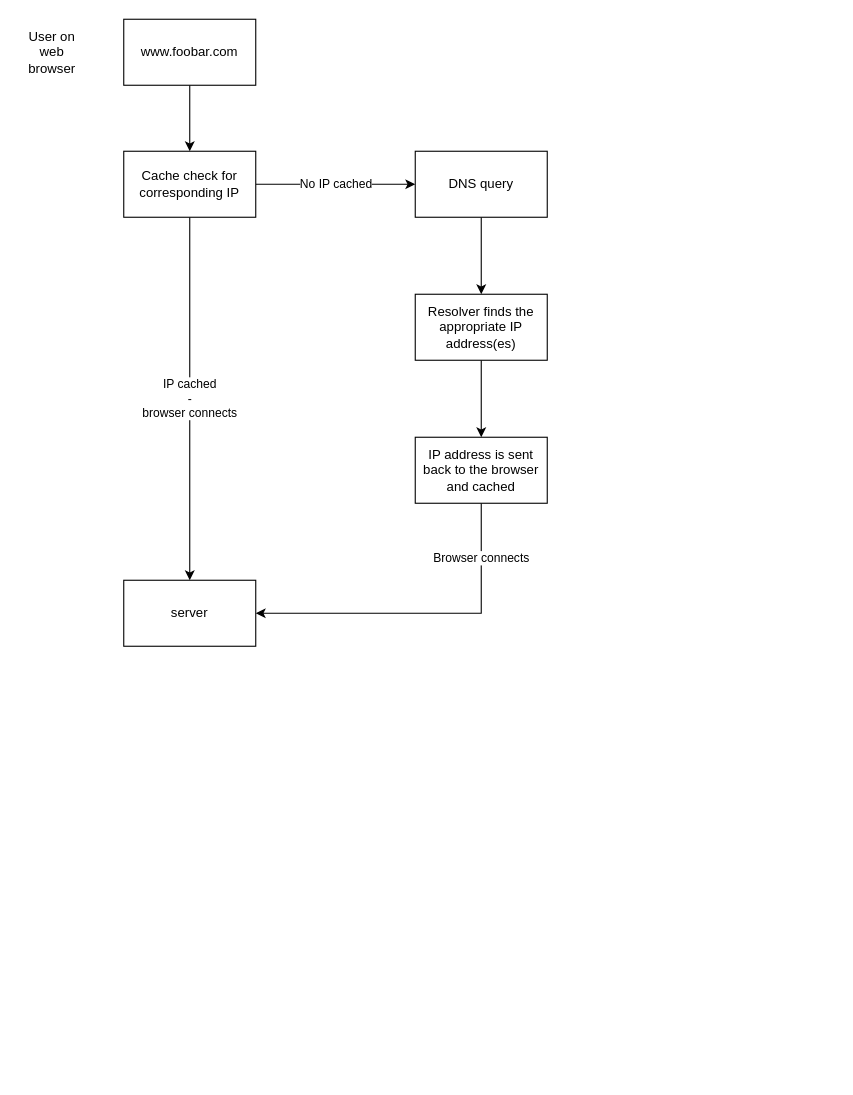
Before: web_infrastructure_design/0-simple_web_stack.drawio in jmitchell35/holbertonschool-system_engineering-devops, a draw.io diagram. Source tidied: cells renumbered, new cells numbered last; positions are measured from the earlier drawing's top-left corner, leaving out a move shared by most shapes. Both pictures are drawn from the tidied source at 110%, with x=0, y=0 at pixel (19, 19).
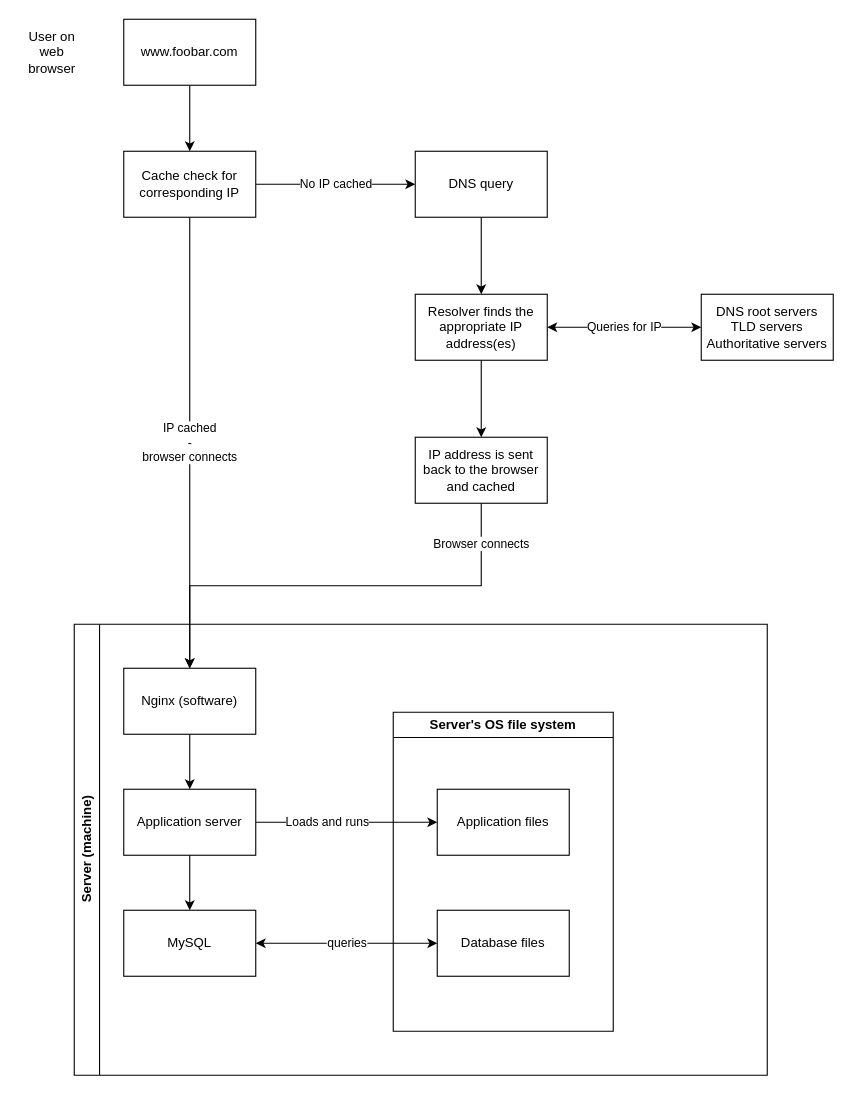
The same diagram, later.

The change refers to these unchanged cells:
```xml
<mxCell id="7" value="Cache check for corresponding IP" style="rounded=0;whiteSpace=wrap;html=1;" parent="1" vertex="1">
  <mxGeometry x="95" y="120" width="120" height="60" as="geometry" />
</mxCell>
<mxCell id="11" value="Resolver finds the appropriate IP address(es)" style="rounded=0;whiteSpace=wrap;html=1;" parent="1" vertex="1">
  <mxGeometry x="360" y="250" width="120" height="60" as="geometry" />
</mxCell>
<mxCell id="13" value="IP address is sent back to the browser and cached" style="rounded=0;whiteSpace=wrap;html=1;" parent="1" vertex="1">
  <mxGeometry x="360" y="380" width="120" height="60" as="geometry" />
</mxCell>
```

Diff of the diagram source:
```diff
@@
-    <mxCell id="6" value="IP cached&lt;br&gt;-&lt;br&gt;browser connects" style="edgeStyle=orthogonalEdgeStyle;rounded=0;jettySize=auto;html=1;exitX=0.5;exitY=1;exitDx=0;exitDy=0;entryX=0.5;entryY=0;entryDx=0;entryDy=0;" parent="1" edge="1" source="7" target="14">
+    <mxCell id="6" value="IP cached&lt;br&gt;-&lt;br&gt;browser connects" style="edgeStyle=orthogonalEdgeStyle;rounded=0;jettySize=auto;html=1;exitX=0.5;exitY=1;exitDx=0;exitDy=0;entryX=0.5;entryY=0;entryDx=0;entryDy=0;" parent="1" edge="1" source="7" target="19">
       <mxGeometry relative="1" as="geometry" />
     </mxCell>
@@
+    <mxCell id="15" value="Queries for IP" style="edgeStyle=orthogonalEdgeStyle;rounded=0;jettySize=auto;html=1;exitX=1;exitY=0.5;exitDx=0;exitDy=0;entryX=0;entryY=0.5;entryDx=0;entryDy=0;startArrow=classic;startFill=1;" parent="1" edge="1" source="11" target="16">
+      <mxGeometry relative="1" as="geometry" />
+    </mxCell>
@@
-    <mxCell id="12" value="Browser connects" style="edgeStyle=orthogonalEdgeStyle;rounded=0;jettySize=auto;html=1;exitX=0.5;exitY=1;exitDx=0;exitDy=0;entryX=1;entryY=0.5;entryDx=0;entryDy=0;" parent="1" edge="1" source="13" target="14">
-      <mxGeometry x="-0.67" relative="1" as="geometry" />
+    <mxCell id="12" value="Browser connects" style="edgeStyle=orthogonalEdgeStyle;rounded=0;jettySize=auto;html=1;exitX=0.5;exitY=1;exitDx=0;exitDy=0;entryX=0.5;entryY=0;entryDx=0;entryDy=0;" parent="1" edge="1" source="13" target="19">
+      <mxGeometry x="-0.82" relative="1" as="geometry" />
     </mxCell>
@@
-    <mxCell id="14" value="server" style="rounded=0;whiteSpace=wrap;html=1;" parent="1" vertex="1">
-      <mxGeometry x="95" y="510" width="120" height="60" as="geometry" />
-    </mxCell>
+    <mxCell id="16" value="DNS root servers&lt;br&gt;TLD servers&lt;div&gt;Authoritative servers&lt;/div&gt;" style="rounded=0;whiteSpace=wrap;html=1;" parent="1" vertex="1">
+      <mxGeometry x="620" y="250" width="120" height="60" as="geometry" />
+    </mxCell>
+    <mxCell id="17" value="Server (machine)" style="swimlane;horizontal=0;whiteSpace=wrap;html=1;" parent="1" vertex="1">
+      <mxGeometry x="50" y="550" width="630" height="410" as="geometry" />
+    </mxCell>
+    <mxCell id="18" style="edgeStyle=orthogonalEdgeStyle;rounded=0;jettySize=auto;html=1;exitX=0.5;exitY=1;exitDx=0;exitDy=0;entryX=0.5;entryY=0;entryDx=0;entryDy=0;" parent="17" edge="1" source="19" target="22">
+      <mxGeometry relative="1" as="geometry" />
+    </mxCell>
+    <mxCell id="19" value="Nginx (software)" style="rounded=0;whiteSpace=wrap;html=1;" parent="17" vertex="1">
+      <mxGeometry x="45" y="40" width="120" height="60" as="geometry" />
+    </mxCell>
+    <mxCell id="20" value="Loads and runs" style="edgeStyle=orthogonalEdgeStyle;rounded=0;jettySize=auto;html=1;exitX=1;exitY=0.5;exitDx=0;exitDy=0;entryX=0;entryY=0.5;entryDx=0;entryDy=0;" parent="17" edge="1" source="22" target="24">
+      <mxGeometry x="-0.21" relative="1" as="geometry" />
+    </mxCell>
+    <mxCell id="21" style="edgeStyle=orthogonalEdgeStyle;rounded=0;jettySize=auto;html=1;exitX=0.5;exitY=1;exitDx=0;exitDy=0;entryX=0.5;entryY=0;entryDx=0;entryDy=0;" parent="17" edge="1" source="22" target="27">
+      <mxGeometry relative="1" as="geometry" />
+    </mxCell>
+    <mxCell id="22" value="Application server" style="rounded=0;whiteSpace=wrap;html=1;" parent="17" vertex="1">
+      <mxGeometry x="45" y="150" width="120" height="60" as="geometry" />
+    </mxCell>
+    <mxCell id="23" value="Server's OS file system" style="swimlane;whiteSpace=wrap;html=1;" parent="17" vertex="1">
+      <mxGeometry x="290" y="80" width="200" height="290" as="geometry" />
+    </mxCell>
+    <mxCell id="24" value="Application files" style="rounded=0;whiteSpace=wrap;html=1;" parent="23" vertex="1">
+      <mxGeometry x="40" y="70" width="120" height="60" as="geometry" />
+    </mxCell>
+    <mxCell id="25" value="Database files" style="rounded=0;whiteSpace=wrap;html=1;" parent="23" vertex="1">
+      <mxGeometry x="40" y="180" width="120" height="60" as="geometry" />
+    </mxCell>
+    <mxCell id="26" value="queries" style="edgeStyle=orthogonalEdgeStyle;rounded=0;jettySize=auto;html=1;exitX=1;exitY=0.5;exitDx=0;exitDy=0;entryX=0;entryY=0.5;entryDx=0;entryDy=0;startArrow=classic;startFill=1;" parent="17" edge="1" source="27" target="25">
+      <mxGeometry relative="1" as="geometry" />
+    </mxCell>
+    <mxCell id="27" value="MySQL" style="rounded=0;whiteSpace=wrap;html=1;" parent="17" vertex="1">
+      <mxGeometry x="45" y="260" width="120" height="60" as="geometry" />
+    </mxCell>
```
